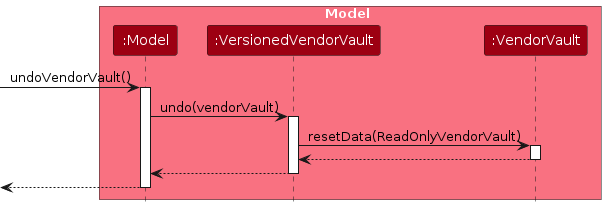
Above: diagrams/UndoSequenceDiagram-Model.png in jolenechong/tp (PlantUML), before the change. Its source is kept beside it as diagrams/UndoSequenceDiagram-Model.puml.
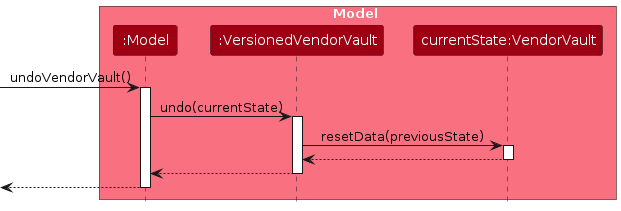
After the commit.

Change to the diagram source:
```diff
@@ -5,16 +5,16 @@
 box Model MODEL_COLOR_T1
 participant ":Model" as Model MODEL_COLOR
 participant ":VersionedVendorVault" as VersionedVendorVault MODEL_COLOR
-participant ":VendorVault" as VendorVault MODEL_COLOR
+participant "currentState:VendorVault" as VendorVault MODEL_COLOR
 end box
 
 [-> Model : undoVendorVault()
 activate Model
 
-Model -> VersionedVendorVault : undo(vendorVault)
+Model -> VersionedVendorVault : undo(currentState)
 activate VersionedVendorVault
 
-VersionedVendorVault -> VendorVault : resetData(ReadOnlyVendorVault)
+VersionedVendorVault -> VendorVault : resetData(previousState)
 activate VendorVault
 VendorVault --> VersionedVendorVault
 deactivate VendorVault
```
